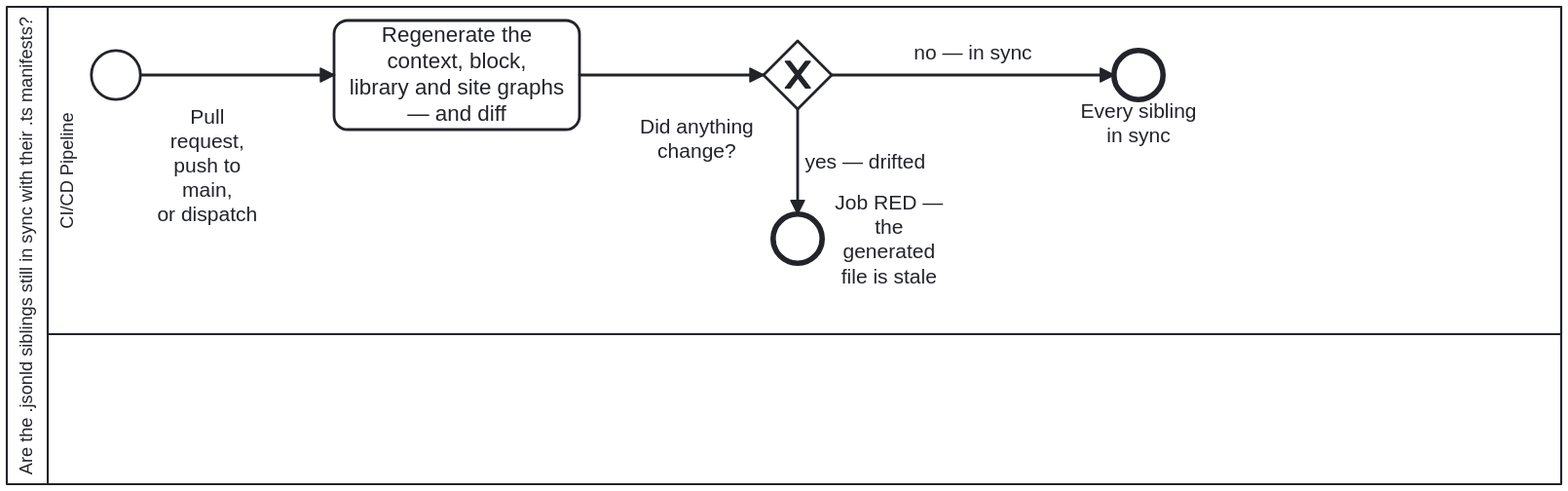
Before: docs/assets/img/workflows/jsonld-drift-check.svg, a diagram exported from BPMN (litlfred/cat-harness). Its source is kept beside it as processes/sdlc/jsonld-drift-check.bpmn. Ids are renumbered.
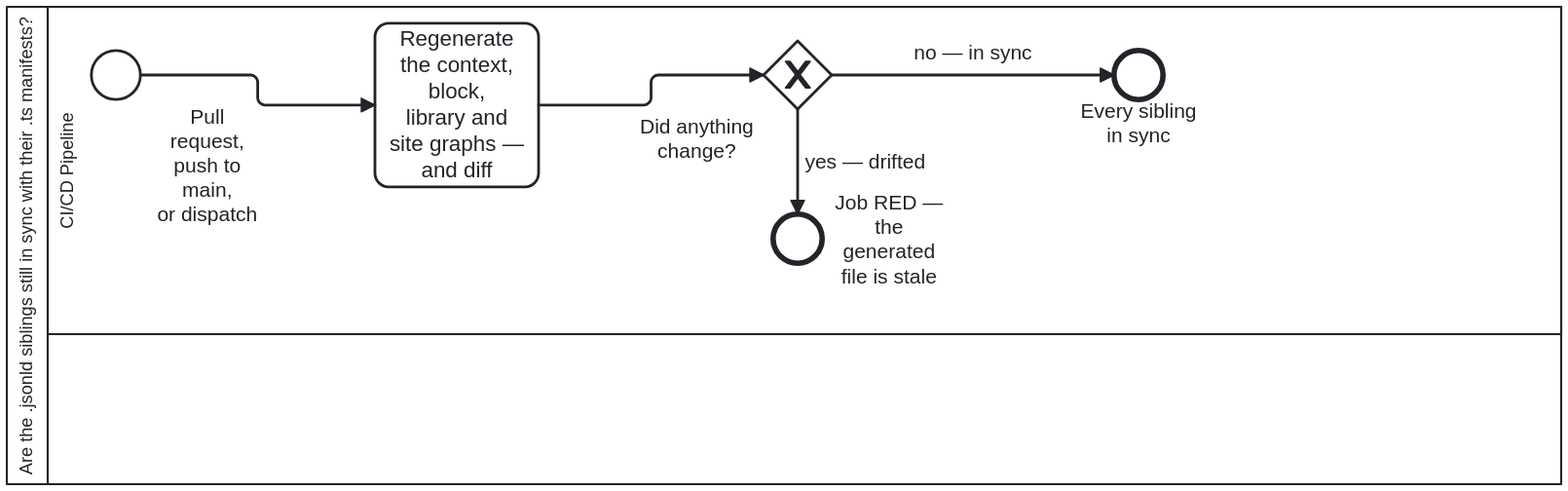
After the commit.

What changed in the source:
```diff
@@ -68,36 +68,40 @@
   <bpmndi:BPMNDiagram id="Diagram_Process_JsonLdDrift">
     <bpmndi:BPMNPlane id="Plane_Process_JsonLdDrift" bpmnElement="Collaboration_Process_JsonLdDrift">
       <bpmndi:BPMNShape id="Shape_Participant_Process_JsonLdDrift" bpmnElement="Participant_Process_JsonLdDrift" isHorizontal="true">
-        <dc:Bounds x="60" y="60" width="1140" height="350"/>
+        <dc:Bounds x="60" y="60" width="1140" height="350" />
       </bpmndi:BPMNShape>
       <bpmndi:BPMNShape id="Shape_Lane_Ci" bpmnElement="Lane_Ci" isHorizontal="true">
-        <dc:Bounds x="90" y="60" width="1110" height="240"/>
+        <dc:Bounds x="90" y="60" width="1110" height="240" />
       </bpmndi:BPMNShape>
       <bpmndi:BPMNShape id="Shape_Start_Change" bpmnElement="Start_Change">
-        <dc:Bounds x="122" y="92" width="36" height="36"/>
-        <bpmndi:BPMNLabel><dc:Bounds x="162" y="132" width="90" height="90" /></bpmndi:BPMNLabel>
-      </bpmndi:BPMNShape>
+        <dc:Bounds x="122" y="92" width="36" height="36" />
+
+      <bpmndi:BPMNLabel><dc:Bounds x="162" y="132" width="90" height="90" /></bpmndi:BPMNLabel></bpmndi:BPMNShape>
       <bpmndi:BPMNShape id="Shape_Task_Check" bpmnElement="Task_Check">
-        <dc:Bounds x="300" y="70" width="180" height="80"/>
+        <dc:Bounds x="330" y="72" width="120" height="120" />
       </bpmndi:BPMNShape>
       <bpmndi:BPMNShape id="Shape_GW_Drift" bpmnElement="GW_Drift" isMarkerVisible="true">
-        <dc:Bounds x="615" y="85" width="50" height="50"/>
-        <bpmndi:BPMNLabel><dc:Bounds x="521" y="139" width="90" height="36" /></bpmndi:BPMNLabel>
-      </bpmndi:BPMNShape>
+        <dc:Bounds x="615" y="85" width="50" height="50" />
+
+      <bpmndi:BPMNLabel><dc:Bounds x="521" y="139" width="90" height="36" /></bpmndi:BPMNLabel></bpmndi:BPMNShape>
       <bpmndi:BPMNShape id="Shape_End_Clean" bpmnElement="End_Clean">
-        <dc:Bounds x="872" y="92" width="36" height="36"/>
+        <dc:Bounds x="872" y="92" width="36" height="36" />
       </bpmndi:BPMNShape>
       <bpmndi:BPMNShape id="Shape_End_Drift" bpmnElement="End_Drift">
-        <dc:Bounds x="622" y="212" width="36" height="36"/>
-        <bpmndi:BPMNLabel><dc:Bounds x="662" y="194.5" width="90" height="71" /></bpmndi:BPMNLabel>
-      </bpmndi:BPMNShape>
+        <dc:Bounds x="622" y="212" width="36" height="36" />
+
+      <bpmndi:BPMNLabel><dc:Bounds x="662" y="194.5" width="90" height="71" /></bpmndi:BPMNLabel></bpmndi:BPMNShape>
       <bpmndi:BPMNEdge id="Edge_Flow_0" bpmnElement="Flow_0">
-        <di:waypoint x="158" y="110"/>
-        <di:waypoint x="300" y="110"/>
+        <di:waypoint x="158" y="110" />
+        <di:waypoint x="244" y="110" />
+        <di:waypoint x="244" y="132" />
+        <di:waypoint x="330" y="132" />
       </bpmndi:BPMNEdge>
       <bpmndi:BPMNEdge id="Edge_Flow_1" bpmnElement="Flow_1">
-        <di:waypoint x="480" y="110"/>
-        <di:waypoint x="615" y="110"/>
+        <di:waypoint x="450" y="132" />
+        <di:waypoint x="532.5" y="132" />
+        <di:waypoint x="532.5" y="110" />
+        <di:waypoint x="615" y="110" />
       </bpmndi:BPMNEdge>
       <bpmndi:BPMNEdge id="Edge_Flow_2" bpmnElement="Flow_2">
         <di:waypoint x="665" y="110"/>
```
